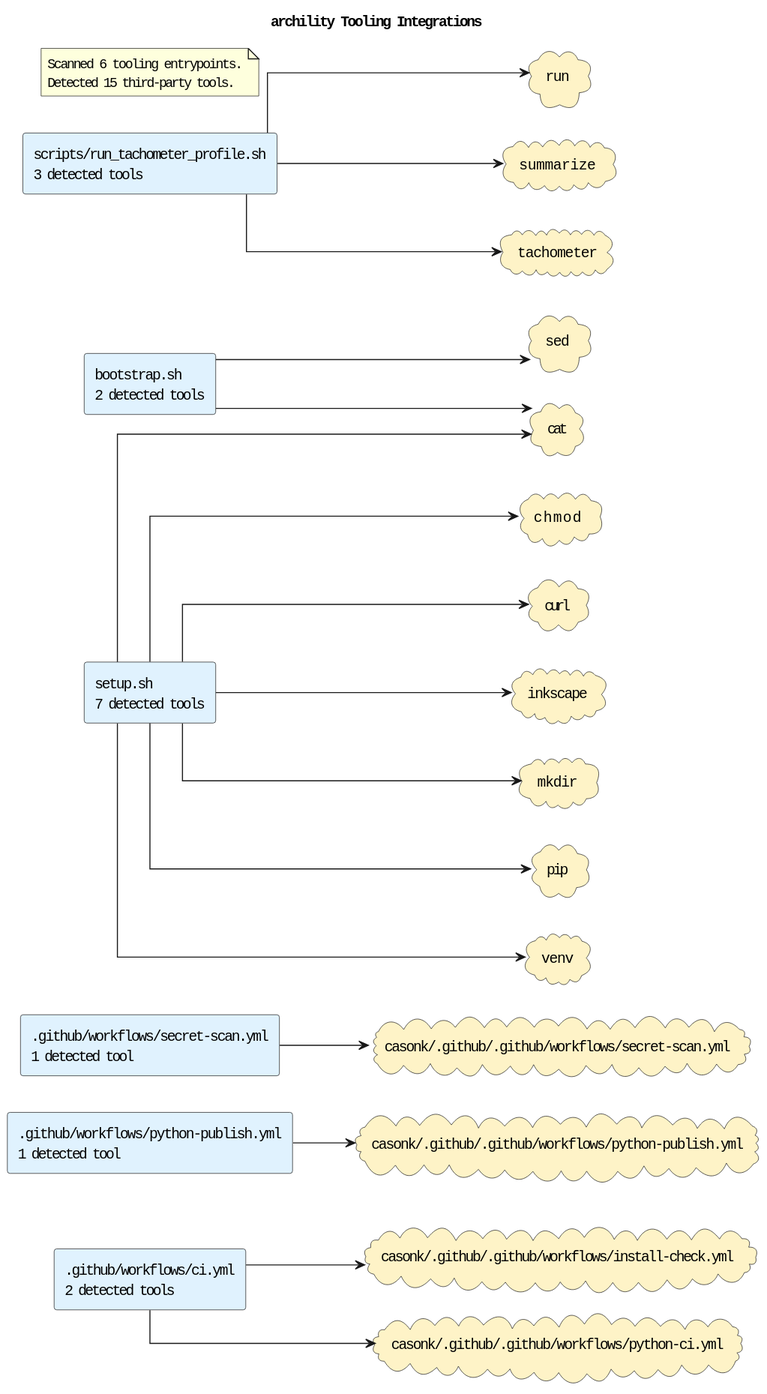
This is docs/diagrams/tooling-integrations.puml.svg from casonk/archility, a PlantUML export, as it was before one commit.
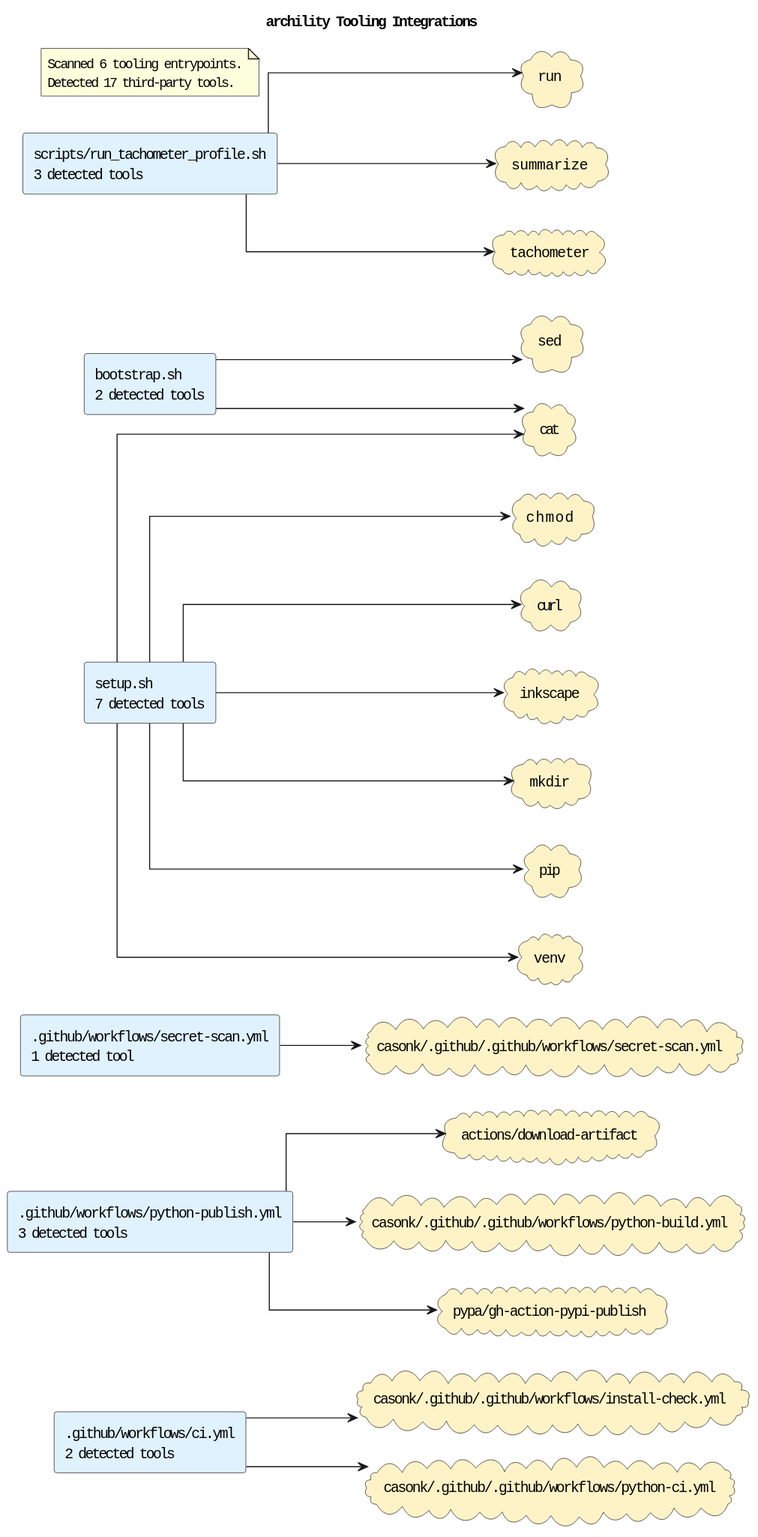
The same file after the commit.

Commit message:
docs: refresh architecture diagrams (#18)

Claude-Session: https://claude.ai/code/session_01R6qhLPRiXQh4QSTNzXR9gj

The edit, as a diff of the source:
```diff
@@ -6,14 +6,15 @@
 skinparam componentStyle rectangle
 skinparam linetype ortho
 rectangle ".github/workflows/ci.yml\n2 detected tools" as source_github_workflows_ci_yml #E0F2FE
-rectangle ".github/workflows/python-publish.yml\n1 detected tool" as source_github_workflows_python_publish_yml #E0F2FE
+rectangle ".github/workflows/python-publish.yml\n3 detected tools" as source_github_workflows_python_publish_yml #E0F2FE
 rectangle ".github/workflows/secret-scan.yml\n1 detected tool" as source_github_workflows_secret_scan_yml #E0F2FE
 rectangle "bootstrap.sh\n2 detected tools" as source_bootstrap_sh #E0F2FE
 rectangle "scripts/run_tachometer_profile.sh\n3 detected tools" as source_scripts_run_tachometer_profile_sh #E0F2FE
 rectangle "setup.sh\n7 detected tools" as source_setup_sh #E0F2FE
+cloud "actions/download-artifact" as tool_actions_download_artifact #FEF3C7
 cloud "casonk/.github/.github/workflows/install-check.yml" as tool_casonk_github_github_workflows_install_check_yml #FEF3C7
+cloud "casonk/.github/.github/workflows/python-build.yml" as tool_casonk_github_github_workflows_python_build_yml #FEF3C7
 cloud "casonk/.github/.github/workflows/python-ci.yml" as tool_casonk_github_github_workflows_python_ci_yml #FEF3C7
-cloud "casonk/.github/.github/workflows/python-publish.yml" as tool_casonk_github_github_workflows_python_publish_yml #FEF3C7
 cloud "casonk/.github/.github/workflows/secret-scan.yml" as tool_casonk_github_github_workflows_secret_scan_yml #FEF3C7
 cloud "cat" as tool_cat #FEF3C7
 cloud "chmod" as tool_chmod #FEF3C7
@@ -21,6 +22,7 @@
 cloud "inkscape" as tool_inkscape #FEF3C7
 cloud "mkdir" as tool_mkdir #FEF3C7
 cloud "pip" as tool_pip #FEF3C7
+cloud "pypa/gh-action-pypi-publish" as tool_pypa_gh_action_pypi_publish #FEF3C7
 cloud "run" as tool_run #FEF3C7
 cloud "sed" as tool_sed #FEF3C7
 cloud "summarize" as tool_summarize #FEF3C7
@@ -28,7 +30,9 @@
 cloud "venv" as tool_venv #FEF3C7
 source_github_workflows_ci_yml --> tool_casonk_github_github_workflows_install_check_yml
 source_github_workflows_ci_yml --> tool_casonk_github_github_workflows_python_ci_yml
-source_github_workflows_python_publish_yml --> tool_casonk_github_github_workflows_python_publish_yml
+source_github_workflows_python_publish_yml --> tool_actions_download_artifact
+source_github_workflows_python_publish_yml --> tool_casonk_github_github_workflows_python_build_yml
+source_github_workflows_python_publish_yml --> tool_pypa_gh_action_pypi_publish
 source_github_workflows_secret_scan_yml --> tool_casonk_github_github_workflows_secret_scan_yml
 source_bootstrap_sh --> tool_cat
 source_bootstrap_sh --> tool_sed
@@ -44,6 +48,6 @@
 source_setup_sh --> tool_venv
 note as toolingGraphSummary
 Scanned 6 tooling entrypoints.
-Detected 15 third-party tools.
+Detected 17 third-party tools.
 end note
 @enduml
```
